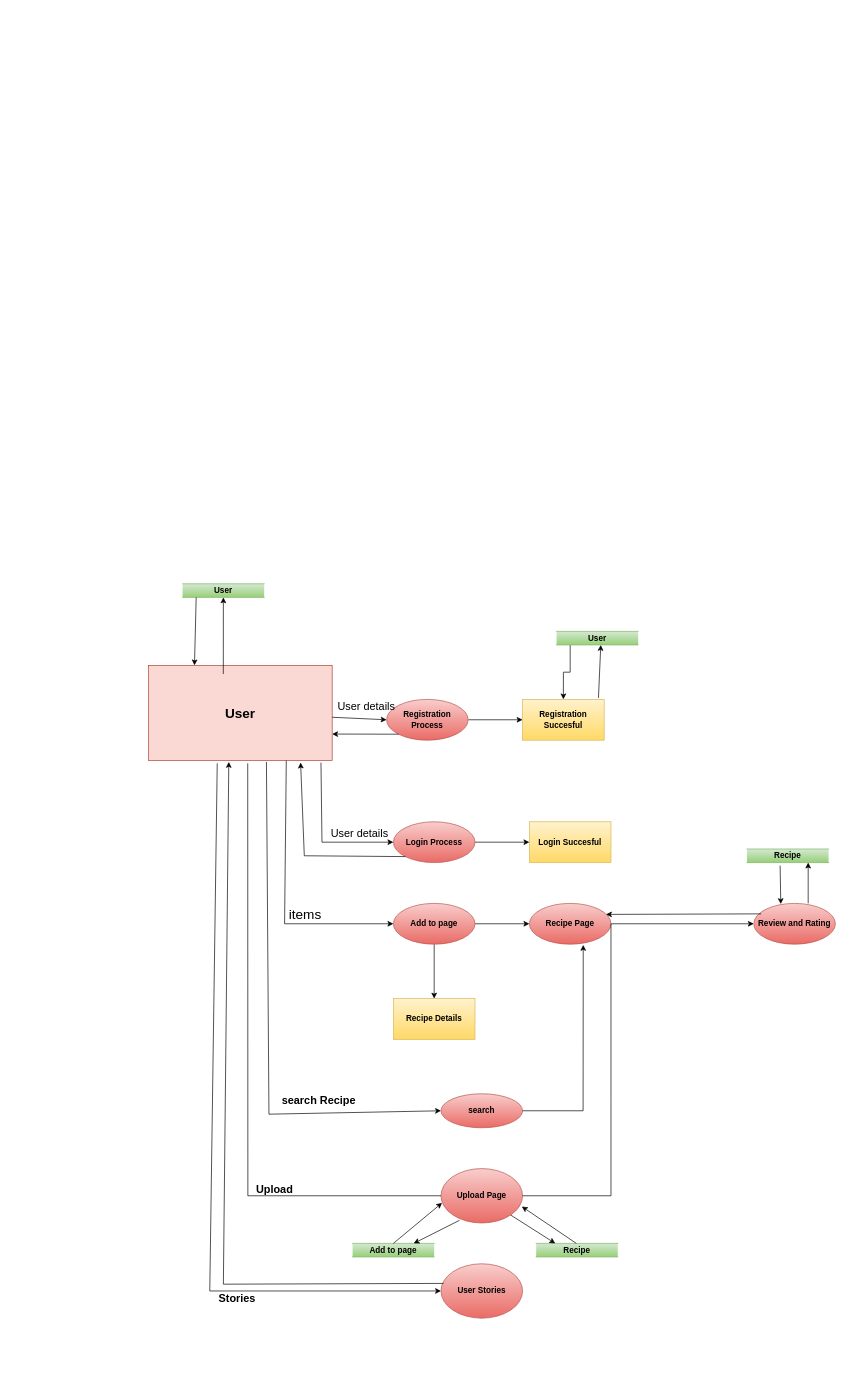
Athot/Athot keeps this draw.io diagram as starter/Untitled Diagram.drawio. Above is the earlier version. Source tidied: cells renumbered, new cells numbered last; positions are measured from the earlier drawing's top-left corner, leaving out a move shared by most shapes. Both pictures are drawn from the tidied source at 68%, with x=0, y=0 at pixel (148, 583).
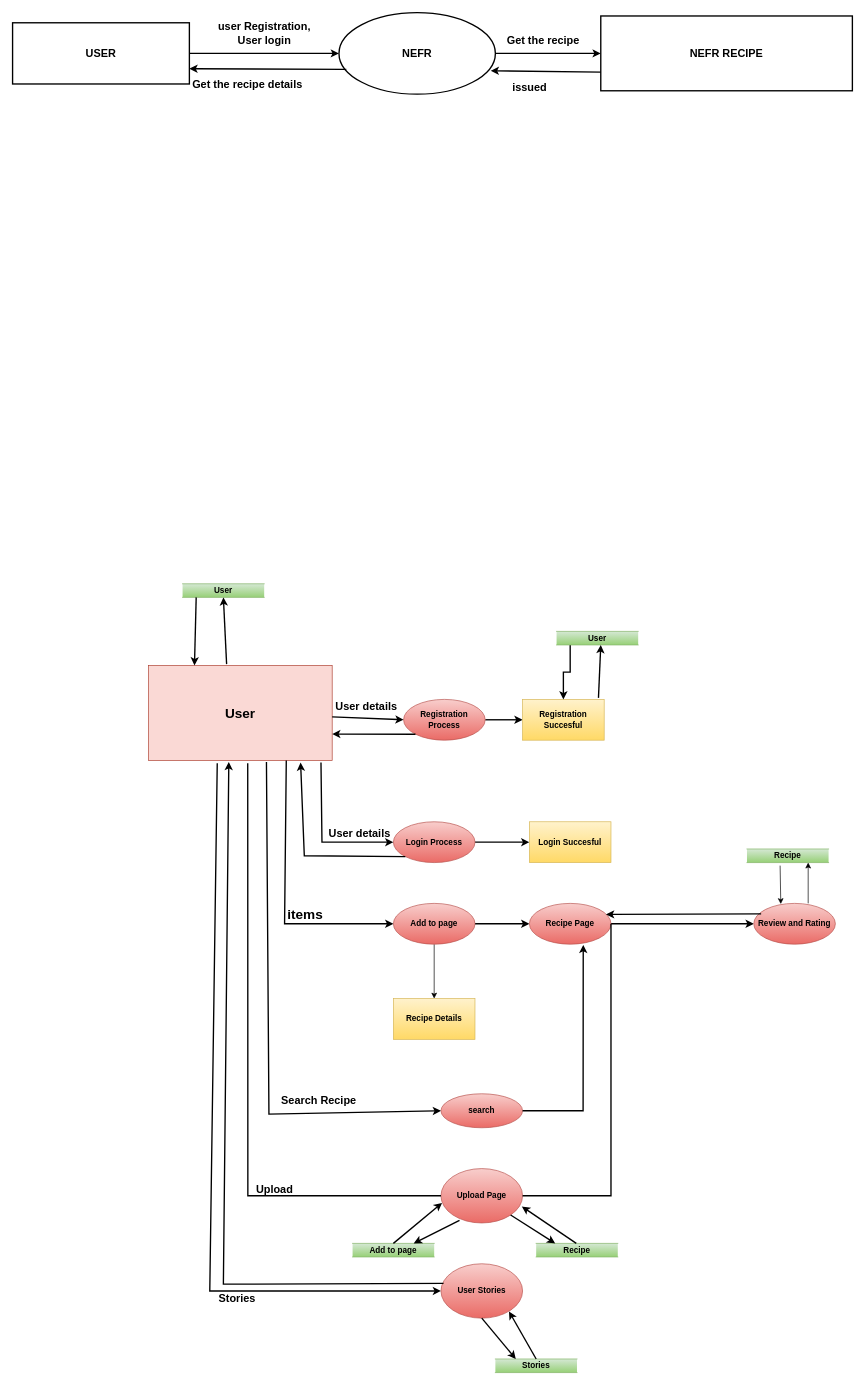
Above is the later version.

Unchanged cells that the change refers to:
```xml
<mxCell id="2" value="&lt;b style=&quot;line-height: 1.3;&quot;&gt;&lt;font style=&quot;font-size: 20px;&quot;&gt;User&lt;/font&gt;&lt;/b&gt;" style="rounded=0;whiteSpace=wrap;html=1;fillColor=#fad9d5;strokeColor=#ae4132;" parent="1" vertex="1">
  <mxGeometry y="120" width="270" height="140" as="geometry" />
</mxCell>
<mxCell id="5" value="&lt;b&gt;Registration Succesful&lt;/b&gt;" style="whiteSpace=wrap;html=1;rounded=0;fillColor=#fff2cc;gradientColor=#ffd966;strokeColor=#d6b656;" parent="1" vertex="1">
  <mxGeometry x="550" y="170" width="120" height="60" as="geometry" />
</mxCell>
<mxCell id="7" value="&lt;b&gt;Login Process&lt;/b&gt;" style="ellipse;whiteSpace=wrap;html=1;rounded=0;fillColor=#f8cecc;gradientColor=#ea6b66;strokeColor=#b85450;" parent="1" vertex="1">
  <mxGeometry x="360" y="350" width="120" height="60" as="geometry" />
</mxCell>
<mxCell id="8" value="&lt;b&gt;Login Succesful&lt;/b&gt;" style="whiteSpace=wrap;html=1;rounded=0;fillColor=#fff2cc;gradientColor=#ffd966;strokeColor=#d6b656;" parent="1" vertex="1">
  <mxGeometry x="560" y="350" width="120" height="60" as="geometry" />
</mxCell>
<mxCell id="11" value="&lt;b&gt;Add to page&lt;/b&gt;" style="ellipse;whiteSpace=wrap;html=1;rounded=0;fillColor=#f8cecc;gradientColor=#ea6b66;strokeColor=#b85450;" parent="1" vertex="1">
  <mxGeometry x="360" y="470" width="120" height="60" as="geometry" />
</mxCell>
<mxCell id="13" value="&lt;b&gt;Recipe Page&lt;/b&gt;" style="ellipse;whiteSpace=wrap;html=1;rounded=0;fillColor=#f8cecc;gradientColor=#ea6b66;strokeColor=#b85450;" parent="1" vertex="1">
  <mxGeometry x="560" y="470" width="120" height="60" as="geometry" />
</mxCell>
<mxCell id="15" value="&lt;b&gt;search&lt;/b&gt;" style="ellipse;whiteSpace=wrap;html=1;rounded=0;fillColor=#f8cecc;gradientColor=#ea6b66;strokeColor=#b85450;" parent="1" vertex="1">
  <mxGeometry x="430" y="750" width="120" height="50" as="geometry" />
</mxCell>
<mxCell id="16" value="&lt;b&gt;Upload Page&lt;/b&gt;" style="ellipse;whiteSpace=wrap;html=1;fillColor=#f8cecc;gradientColor=#ea6b66;strokeColor=#b85450;" parent="1" vertex="1">
  <mxGeometry x="430" y="860" width="120" height="80" as="geometry" />
</mxCell>
<mxCell id="19" value="&lt;b&gt;Review and Rating&lt;/b&gt;" style="ellipse;whiteSpace=wrap;html=1;rounded=0;fillColor=#f8cecc;gradientColor=#ea6b66;strokeColor=#b85450;" parent="1" vertex="1">
  <mxGeometry x="890" y="470" width="120" height="60" as="geometry" />
</mxCell>
<mxCell id="24" value="&lt;b&gt;User&lt;/b&gt;" style="shape=partialRectangle;whiteSpace=wrap;html=1;left=0;right=0;fillColor=#d5e8d4;gradientColor=#97d077;strokeColor=#82b366;" parent="1" vertex="1">
  <mxGeometry x="600" y="70" width="120" height="20" as="geometry" />
</mxCell>
<mxCell id="26" value="&lt;b&gt;User&lt;/b&gt;" style="shape=partialRectangle;whiteSpace=wrap;html=1;left=0;right=0;fillColor=#d5e8d4;gradientColor=#97d077;strokeColor=#82b366;" parent="1" vertex="1">
  <mxGeometry x="50" width="120" height="20" as="geometry" />
</mxCell>
<mxCell id="34" value="&lt;b&gt;User Stories&lt;/b&gt;" style="ellipse;whiteSpace=wrap;html=1;fillColor=#f8cecc;gradientColor=#ea6b66;strokeColor=#b85450;" parent="1" vertex="1">
  <mxGeometry x="430" y="1000" width="120" height="80" as="geometry" />
</mxCell>
<mxCell id="46" value="&lt;b&gt;Add to page&lt;/b&gt;" style="shape=partialRectangle;whiteSpace=wrap;html=1;left=0;right=0;fillColor=#d5e8d4;gradientColor=#97d077;strokeColor=#82b366;" parent="1" vertex="1">
  <mxGeometry x="300" y="970" width="120" height="20" as="geometry" />
</mxCell>
```

What changed in the source:
```diff
@@
-    <mxCell id="3" style="edgeStyle=orthogonalEdgeStyle;rounded=0;jettySize=auto;html=1;" parent="1" edge="1" source="4" target="5">
+    <mxCell id="3" style="edgeStyle=orthogonalEdgeStyle;rounded=0;jettySize=auto;html=1;strokeWidth=2;" parent="1" edge="1" source="4" target="5">
       <mxGeometry relative="1" as="geometry" />
     </mxCell>
     <mxCell id="4" value="&lt;b&gt;Registration Process&lt;/b&gt;" style="ellipse;whiteSpace=wrap;html=1;rounded=0;fillColor=#f8cecc;gradientColor=#ea6b66;strokeColor=#b85450;" parent="1" vertex="1">
-      <mxGeometry x="350" y="170" width="120" height="60" as="geometry" />
+      <mxGeometry x="375" y="170" width="120" height="60" as="geometry" />
     </mxCell>
@@
-    <mxCell id="6" style="edgeStyle=orthogonalEdgeStyle;rounded=0;jettySize=auto;html=1;" parent="1" edge="1" source="7" target="8">
+    <mxCell id="6" style="edgeStyle=orthogonalEdgeStyle;rounded=0;jettySize=auto;html=1;strokeWidth=2;" parent="1" edge="1" source="7" target="8">
       <mxGeometry relative="1" as="geometry" />
     </mxCell>
@@
-    <mxCell id="9" style="edgeStyle=orthogonalEdgeStyle;rounded=0;jettySize=auto;html=1;" parent="1" edge="1" source="11" target="13">
+    <mxCell id="9" style="edgeStyle=orthogonalEdgeStyle;rounded=0;jettySize=auto;html=1;strokeWidth=2;" parent="1" edge="1" source="11" target="13">
       <mxGeometry relative="1" as="geometry" />
     </mxCell>
@@
-    <mxCell id="12" style="edgeStyle=orthogonalEdgeStyle;rounded=0;jettySize=auto;html=1;" parent="1" edge="1" source="13" target="19">
+    <mxCell id="12" style="edgeStyle=orthogonalEdgeStyle;rounded=0;jettySize=auto;html=1;strokeWidth=2;" parent="1" edge="1" source="13" target="19">
       <mxGeometry relative="1" as="geometry" />
     </mxCell>
@@
-    <mxCell id="17" style="endArrow=none;html=1;rounded=0;entryX=0.54;entryY=1.029;entryDx=0;entryDy=0;exitX=0;exitY=0.5;exitDx=0;exitDy=0;entryPerimeter=0;" parent="1" edge="1" source="16" target="2">
+    <mxCell id="17" style="endArrow=none;html=1;rounded=0;entryX=0.54;entryY=1.029;entryDx=0;entryDy=0;exitX=0;exitY=0.5;exitDx=0;exitDy=0;entryPerimeter=0;strokeWidth=2;" parent="1" edge="1" source="16" target="2">
       <mxGeometry relative="1" as="geometry">
         <Array as="points">
           <mxPoint x="160" y="900" />
           <mxPoint x="146" y="900" />
         </Array>
       </mxGeometry>
     </mxCell>
-    <mxCell id="18" style="endArrow=none;html=1;rounded=0;exitX=1;exitY=0.5;exitDx=0;exitDy=0;entryX=1;entryY=0.5;entryDx=0;entryDy=0;" parent="1" edge="1" source="16" target="13">
+    <mxCell id="18" style="endArrow=none;html=1;rounded=0;exitX=1;exitY=0.5;exitDx=0;exitDy=0;entryX=1;entryY=0.5;entryDx=0;entryDy=0;strokeWidth=2;" parent="1" edge="1" source="16" target="13">
       <mxGeometry relative="1" as="geometry">
         <Array as="points">
           <mxPoint x="680" y="900" />
           <mxPoint x="680" y="760" />
         </Array>
       </mxGeometry>
     </mxCell>
@@
-    <mxCell id="20" style="endArrow=classic;html=1;rounded=0;entryX=0.939;entryY=0.27;entryDx=0;entryDy=0;entryPerimeter=0;exitX=0.09;exitY=0.257;exitDx=0;exitDy=0;exitPerimeter=0;" parent="1" edge="1" source="19" target="13">
+    <mxCell id="20" style="endArrow=classic;html=1;rounded=0;entryX=0.939;entryY=0.27;entryDx=0;entryDy=0;entryPerimeter=0;exitX=0.09;exitY=0.257;exitDx=0;exitDy=0;exitPerimeter=0;strokeWidth=2;" parent="1" edge="1" source="19" target="13">
       <mxGeometry relative="1" as="geometry" />
     </mxCell>
-    <mxCell id="21" style="endArrow=classic;html=1;rounded=0;exitX=0;exitY=1;exitDx=0;exitDy=0;entryX=0.828;entryY=1.021;entryDx=0;entryDy=0;entryPerimeter=0;" parent="1" edge="1" source="7" target="2">
+    <mxCell id="21" style="endArrow=classic;html=1;rounded=0;exitX=0;exitY=1;exitDx=0;exitDy=0;entryX=0.828;entryY=1.021;entryDx=0;entryDy=0;entryPerimeter=0;strokeWidth=2;" parent="1" edge="1" source="7" target="2">
       <mxGeometry relative="1" as="geometry">
         <Array as="points">
           <mxPoint x="229" y="400" />
         </Array>
       </mxGeometry>
     </mxCell>
-    <mxCell id="22" style="endArrow=classic;html=1;rounded=0;exitX=0.939;exitY=1.021;exitDx=0;exitDy=0;exitPerimeter=0;entryX=0;entryY=0.5;entryDx=0;entryDy=0;" parent="1" edge="1" source="2" target="7">
+    <mxCell id="22" style="endArrow=classic;html=1;rounded=0;exitX=0.939;exitY=1.021;exitDx=0;exitDy=0;exitPerimeter=0;entryX=0;entryY=0.5;entryDx=0;entryDy=0;strokeWidth=2;" parent="1" edge="1" source="2" target="7">
       <mxGeometry relative="1" as="geometry">
         <Array as="points">
           <mxPoint x="255" y="380" />
         </Array>
       </mxGeometry>
     </mxCell>
-    <mxCell id="23" style="edgeStyle=orthogonalEdgeStyle;rounded=0;jettySize=auto;html=1;" parent="1" edge="1" source="24" target="5">
+    <mxCell id="23" style="edgeStyle=orthogonalEdgeStyle;rounded=0;jettySize=auto;html=1;strokeWidth=2;" parent="1" edge="1" source="24" target="5">
       <mxGeometry relative="1" as="geometry">
         <Array as="points">
           <mxPoint x="620" y="130" />
           <mxPoint x="610" y="130" />
         </Array>
       </mxGeometry>
     </mxCell>
@@
-    <mxCell id="25" style="endArrow=classic;html=1;rounded=0;exitX=0.75;exitY=1;exitDx=0;exitDy=0;entryX=0;entryY=0.5;entryDx=0;entryDy=0;" parent="1" edge="1" source="2" target="11">
+    <mxCell id="25" style="endArrow=classic;html=1;rounded=0;exitX=0.75;exitY=1;exitDx=0;exitDy=0;entryX=0;entryY=0.5;entryDx=0;entryDy=0;strokeWidth=2;" parent="1" edge="1" source="2" target="11">
       <mxGeometry relative="1" as="geometry">
         <Array as="points">
           <mxPoint x="200" y="500" />
         </Array>
       </mxGeometry>
     </mxCell>
@@
-    <mxCell id="27" style="endArrow=classic;html=1;rounded=0;entryX=0.5;entryY=1;entryDx=0;entryDy=0;exitX=0.407;exitY=0.091;exitDx=0;exitDy=0;exitPerimeter=0;" parent="1" edge="1" source="2" target="26">
+    <mxCell id="27" style="endArrow=classic;html=1;rounded=0;entryX=0.5;entryY=1;entryDx=0;entryDy=0;exitX=0.425;exitY=-0.013;exitDx=0;exitDy=0;exitPerimeter=0;strokeWidth=2;" parent="1" edge="1" source="2" target="26">
       <mxGeometry relative="1" as="geometry" />
     </mxCell>
-    <mxCell id="28" style="endArrow=classic;html=1;rounded=0;exitX=0.93;exitY=-0.037;exitDx=0;exitDy=0;exitPerimeter=0;" parent="1" edge="1" source="5">
+    <mxCell id="28" style="endArrow=classic;html=1;rounded=0;exitX=0.93;exitY=-0.037;exitDx=0;exitDy=0;exitPerimeter=0;strokeWidth=2;" parent="1" edge="1" source="5">
       <mxGeometry relative="1" as="geometry">
         <mxPoint x="665" y="90" as="targetPoint" />
       </mxGeometry>
     </mxCell>
-    <mxCell id="29" style="endArrow=classic;html=1;rounded=0;exitX=1;exitY=0.5;exitDx=0;exitDy=0;entryX=0.66;entryY=1.017;entryDx=0;entryDy=0;entryPerimeter=0;" parent="1" edge="1" source="15" target="13">
+    <mxCell id="29" style="endArrow=classic;html=1;rounded=0;exitX=1;exitY=0.5;exitDx=0;exitDy=0;entryX=0.66;entryY=1.017;entryDx=0;entryDy=0;entryPerimeter=0;strokeWidth=2;" parent="1" edge="1" source="15" target="13">
       <mxGeometry relative="1" as="geometry">
         <Array as="points">
           <mxPoint x="639" y="775" />
         </Array>
       </mxGeometry>
     </mxCell>
-    <mxCell id="30" style="endArrow=classic;html=1;rounded=0;exitX=0;exitY=1;exitDx=0;exitDy=0;" parent="1" edge="1" source="4">
+    <mxCell id="30" style="endArrow=classic;html=1;rounded=0;exitX=0;exitY=1;exitDx=0;exitDy=0;strokeWidth=2;" parent="1" edge="1" source="4">
       <mxGeometry relative="1" as="geometry">
         <mxPoint x="270" y="221" as="targetPoint" />
       </mxGeometry>
     </mxCell>
-    <mxCell id="31" style="endArrow=classic;html=1;rounded=0;entryX=0;entryY=0.5;entryDx=0;entryDy=0;exitX=0.642;exitY=1.014;exitDx=0;exitDy=0;exitPerimeter=0;" parent="1" edge="1" source="2" target="15">
+    <mxCell id="31" style="endArrow=classic;html=1;rounded=0;entryX=0;entryY=0.5;entryDx=0;entryDy=0;exitX=0.642;exitY=1.014;exitDx=0;exitDy=0;exitPerimeter=0;strokeWidth=2;" parent="1" edge="1" source="2" target="15">
       <mxGeometry relative="1" as="geometry">
         <Array as="points">
           <mxPoint x="177" y="780" />
         </Array>
       </mxGeometry>
     </mxCell>
-    <mxCell id="32" style="endArrow=classic;html=1;rounded=0;exitX=0.374;exitY=1.029;exitDx=0;exitDy=0;exitPerimeter=0;" parent="1" edge="1" source="2" target="34">
+    <mxCell id="32" style="endArrow=classic;html=1;rounded=0;exitX=0.374;exitY=1.029;exitDx=0;exitDy=0;exitPerimeter=0;strokeWidth=2;" parent="1" edge="1" source="2" target="34">
       <mxGeometry relative="1" as="geometry">
         <Array as="points">
           <mxPoint x="90" y="1040" />
         </Array>
       </mxGeometry>
     </mxCell>
@@
-    <mxCell id="35" style="endArrow=classic;html=1;rounded=0;entryX=0.25;entryY=0;entryDx=0;entryDy=0;" parent="1" edge="1" target="2">
+    <mxCell id="35" style="endArrow=classic;html=1;rounded=0;entryX=0.25;entryY=0;entryDx=0;entryDy=0;strokeWidth=2;" parent="1" edge="1" target="2">
       <mxGeometry relative="1" as="geometry">
         <mxPoint x="70" y="20" as="sourcePoint" />
       </mxGeometry>
     </mxCell>
@@
-    <mxCell id="39" value="items" style="text;html=1;align=center;verticalAlign=middle;strokeColor=none;fillColor=none;fontSize=20;" parent="1" vertex="1">
-      <mxGeometry x="200" y="470" width="60" height="30" as="geometry" />
+    <mxCell id="39" value="&lt;b&gt;items&lt;/b&gt;" style="text;html=1;align=center;verticalAlign=middle;strokeColor=none;fillColor=none;fontSize=20;" parent="1" vertex="1">
+      <mxGeometry x="195" y="470" width="70" height="30" as="geometry" />
     </mxCell>
-    <mxCell id="40" value="&lt;font style=&quot;font-size: 16px;&quot;&gt;User details&lt;/font&gt;" style="text;html=1;align=center;verticalAlign=middle;strokeColor=none;fillColor=none;fontSize=20;" parent="1" vertex="1">
-      <mxGeometry x="260" y="350" width="100" height="30" as="geometry" />
+    <mxCell id="40" value="&lt;font style=&quot;font-size: 16px;&quot;&gt;&lt;b&gt;User details&lt;/b&gt;&lt;/font&gt;" style="text;html=1;align=center;verticalAlign=middle;strokeColor=none;fillColor=none;fontSize=20;" parent="1" vertex="1">
+      <mxGeometry x="255" y="350" width="110" height="30" as="geometry" />
     </mxCell>
-    <mxCell id="41" value="User details" style="text;html=1;align=center;verticalAlign=middle;strokeColor=none;fillColor=none;fontSize=16;" parent="1" vertex="1">
-      <mxGeometry x="270" y="170" width="100" height="20" as="geometry" />
+    <mxCell id="41" value="&lt;b&gt;User details&lt;/b&gt;" style="text;html=1;align=center;verticalAlign=middle;strokeColor=none;fillColor=none;fontSize=16;" parent="1" vertex="1">
+      <mxGeometry x="265" y="170" width="110" height="20" as="geometry" />
     </mxCell>
-    <mxCell id="42" style="endArrow=classic;html=1;rounded=0;fontSize=16;entryX=0;entryY=0.5;entryDx=0;entryDy=0;" parent="1" edge="1" source="2" target="4">
+    <mxCell id="42" style="endArrow=classic;html=1;rounded=0;fontSize=16;entryX=0;entryY=0.5;entryDx=0;entryDy=0;strokeWidth=2;" parent="1" edge="1" source="2" target="4">
       <mxGeometry relative="1" as="geometry" />
     </mxCell>
-    <mxCell id="43" value="&lt;b&gt;search Recipe&lt;/b&gt;" style="text;html=1;align=center;verticalAlign=middle;strokeColor=none;fillColor=none;fontSize=16;" parent="1" vertex="1">
-      <mxGeometry x="190" y="750" width="120" height="20" as="geometry" />
+    <mxCell id="43" value="&lt;b&gt;Search Recipe&lt;/b&gt;" style="text;html=1;align=center;verticalAlign=middle;strokeColor=none;fillColor=none;fontSize=16;" parent="1" vertex="1">
+      <mxGeometry x="185" y="750" width="130" height="20" as="geometry" />
     </mxCell>
-    <mxCell id="44" style="endArrow=classic;html=1;rounded=0;fontSize=16;exitX=0.031;exitY=0.361;exitDx=0;exitDy=0;exitPerimeter=0;entryX=0.437;entryY=1.014;entryDx=0;entryDy=0;entryPerimeter=0;" parent="1" edge="1" source="34" target="2">
+    <mxCell id="44" style="endArrow=classic;html=1;rounded=0;fontSize=16;exitX=0.031;exitY=0.361;exitDx=0;exitDy=0;exitPerimeter=0;entryX=0.437;entryY=1.014;entryDx=0;entryDy=0;entryPerimeter=0;strokeWidth=2;" parent="1" edge="1" source="34" target="2">
       <mxGeometry relative="1" as="geometry">
         <Array as="points">
           <mxPoint x="110" y="1030" />
         </Array>
       </mxGeometry>
     </mxCell>
@@
-    <mxCell id="47" style="endArrow=classic;html=1;rounded=0;fontSize=16;exitX=0.5;exitY=0;exitDx=0;exitDy=0;entryX=0.013;entryY=0.631;entryDx=0;entryDy=0;entryPerimeter=0;" parent="1" edge="1" source="46" target="16">
+    <mxCell id="47" style="endArrow=classic;html=1;rounded=0;fontSize=16;exitX=0.5;exitY=0;exitDx=0;exitDy=0;entryX=0.013;entryY=0.631;entryDx=0;entryDy=0;entryPerimeter=0;strokeWidth=2;" parent="1" edge="1" source="46" target="16">
       <mxGeometry relative="1" as="geometry" />
     </mxCell>
-    <mxCell id="48" style="endArrow=classic;html=1;rounded=0;fontSize=16;exitX=0.5;exitY=0;exitDx=0;exitDy=0;entryX=0.991;entryY=0.698;entryDx=0;entryDy=0;entryPerimeter=0;" parent="1" edge="1" target="16">
+    <mxCell id="48" style="endArrow=classic;html=1;rounded=0;fontSize=16;exitX=0.5;exitY=0;exitDx=0;exitDy=0;entryX=0.991;entryY=0.698;entryDx=0;entryDy=0;entryPerimeter=0;strokeWidth=2;" parent="1" edge="1" target="16">
       <mxGeometry relative="1" as="geometry">
         <mxPoint x="629" y="970" as="sourcePoint" />
       </mxGeometry>
     </mxCell>
-    <mxCell id="49" style="endArrow=classic;html=1;rounded=0;fontSize=16;exitX=0.227;exitY=0.951;exitDx=0;exitDy=0;entryX=0.991;entryY=0.698;entryDx=0;entryDy=0;entryPerimeter=0;exitPerimeter=0;" parent="1" edge="1" source="16">
+    <mxCell id="49" style="endArrow=classic;html=1;rounded=0;fontSize=16;exitX=0.227;exitY=0.951;exitDx=0;exitDy=0;entryX=0.991;entryY=0.698;entryDx=0;entryDy=0;entryPerimeter=0;exitPerimeter=0;strokeWidth=2;" parent="1" edge="1" source="16">
       <mxGeometry relative="1" as="geometry">
         <mxPoint x="389.9" y="970" as="targetPoint" />
       </mxGeometry>
     </mxCell>
-    <mxCell id="50" style="endArrow=classic;html=1;rounded=0;fontSize=16;exitX=1;exitY=1;exitDx=0;exitDy=0;entryX=0.991;entryY=0.698;entryDx=0;entryDy=0;entryPerimeter=0;" parent="1" edge="1" source="16">
+    <mxCell id="50" style="endArrow=classic;html=1;rounded=0;fontSize=16;exitX=1;exitY=1;exitDx=0;exitDy=0;entryX=0.991;entryY=0.698;entryDx=0;entryDy=0;entryPerimeter=0;strokeWidth=2;" parent="1" edge="1" source="16">
       <mxGeometry relative="1" as="geometry">
         <mxPoint x="598" y="970" as="targetPoint" />
       </mxGeometry>
     </mxCell>
@@
+    <mxCell id="52" value="&lt;b&gt;Stories&lt;/b&gt;" style="shape=partialRectangle;whiteSpace=wrap;html=1;left=0;right=0;fillColor=#d5e8d4;gradientColor=#97d077;strokeColor=#82b366;" parent="1" vertex="1">
+      <mxGeometry x="510" y="1140" width="120" height="20" as="geometry" />
+    </mxCell>
+    <mxCell id="53" style="endArrow=classic;html=1;rounded=0;fontSize=16;exitX=0.5;exitY=0;exitDx=0;exitDy=0;entryX=0.991;entryY=0.698;entryDx=0;entryDy=0;entryPerimeter=0;strokeWidth=2;" parent="1" edge="1" source="52">
+      <mxGeometry relative="1" as="geometry">
+        <mxPoint x="530" y="1070" as="targetPoint" />
+      </mxGeometry>
+    </mxCell>
+    <mxCell id="54" style="endArrow=classic;html=1;rounded=0;fontSize=16;exitX=0.5;exitY=1;exitDx=0;exitDy=0;entryX=0.991;entryY=0.698;entryDx=0;entryDy=0;entryPerimeter=0;strokeWidth=2;" parent="1" edge="1" source="34">
+      <mxGeometry relative="1" as="geometry">
+        <mxPoint x="540" y="1140" as="targetPoint" />
+      </mxGeometry>
+    </mxCell>
+    <mxCell id="55" style="edgeStyle=orthogonalEdgeStyle;rounded=0;jettySize=auto;html=1;fontSize=16;strokeWidth=2;" parent="1" edge="1" source="56" target="58">
+      <mxGeometry relative="1" as="geometry" />
+    </mxCell>
+    <mxCell id="56" value="&lt;b&gt;USER&lt;/b&gt;" style="rounded=0;whiteSpace=wrap;html=1;fontSize=16;strokeWidth=2;" parent="1" vertex="1">
+      <mxGeometry x="-200" y="-825" width="260" height="90" as="geometry" />
+    </mxCell>
+    <mxCell id="57" style="edgeStyle=orthogonalEdgeStyle;rounded=0;jettySize=auto;html=1;fontSize=16;strokeWidth=2;" parent="1" edge="1" source="58" target="59">
+      <mxGeometry relative="1" as="geometry" />
+    </mxCell>
+    <mxCell id="58" value="&lt;b&gt;NEFR&lt;/b&gt;" style="ellipse;whiteSpace=wrap;html=1;fontSize=16;rounded=0;perimeterSpacing=0;strokeWidth=2;" parent="1" vertex="1">
+      <mxGeometry x="280" y="-840" width="230" height="120" as="geometry" />
+    </mxCell>
+    <mxCell id="59" value="&lt;span&gt;NEFR RECIPE&lt;/span&gt;" style="rounded=0;whiteSpace=wrap;html=1;fontSize=16;fontStyle=1;strokeWidth=2;" parent="1" vertex="1">
+      <mxGeometry x="665" y="-835" width="370" height="110" as="geometry" />
+    </mxCell>
+    <mxCell id="60" style="endArrow=classic;html=1;rounded=0;fontSize=16;entryX=0.97;entryY=0.713;entryDx=0;entryDy=0;entryPerimeter=0;exitX=0;exitY=0.75;exitDx=0;exitDy=0;strokeWidth=2;" parent="1" edge="1" source="59" target="58">
+      <mxGeometry relative="1" as="geometry" />
+    </mxCell>
+    <mxCell id="61" value="&lt;b&gt;Get the recipe&lt;/b&gt;" style="text;html=1;align=center;verticalAlign=middle;strokeColor=none;fillColor=none;fontSize=16;" parent="1" vertex="1">
+      <mxGeometry x="520" y="-810" width="120" height="20" as="geometry" />
+    </mxCell>
+    <mxCell id="62" value="&lt;b&gt;issued&lt;/b&gt;" style="text;html=1;align=center;verticalAlign=middle;strokeColor=none;fillColor=none;fontSize=16;" parent="1" vertex="1">
+      <mxGeometry x="525" y="-740" width="70" height="20" as="geometry" />
+    </mxCell>
+    <mxCell id="63" style="endArrow=classic;html=1;rounded=0;fontSize=16;entryX=1;entryY=0.75;entryDx=0;entryDy=0;exitX=0.047;exitY=0.696;exitDx=0;exitDy=0;exitPerimeter=0;strokeWidth=2;" parent="1" edge="1" source="58" target="56">
+      <mxGeometry relative="1" as="geometry" />
+    </mxCell>
+    <mxCell id="64" value="&lt;b&gt;Get the recipe details&lt;/b&gt;" style="text;html=1;align=center;verticalAlign=middle;strokeColor=none;fillColor=none;fontSize=16;" parent="1" vertex="1">
+      <mxGeometry x="55" y="-745" width="180" height="20" as="geometry" />
+    </mxCell>
+    <mxCell id="65" value="&lt;b&gt;user Registration,&lt;br&gt;User login&lt;/b&gt;" style="text;html=1;align=center;verticalAlign=middle;strokeColor=none;fillColor=none;fontSize=16;" parent="1" vertex="1">
+      <mxGeometry x="95" y="-830" width="150" height="40" as="geometry" />
+    </mxCell>
```
